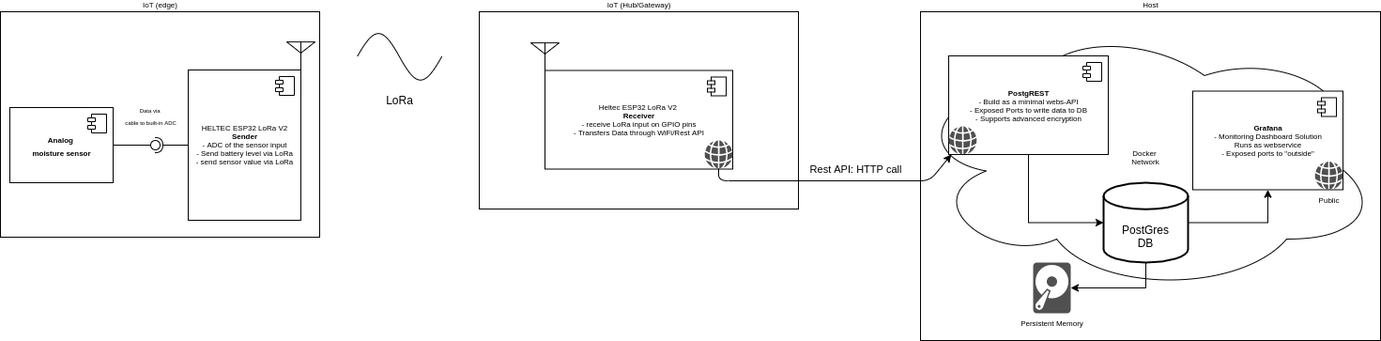
The draw.io diagram doc/ESP32_LoRa.png in psmgeelen/ESP32LoRa, before a commit. Source tidied: cells renumbered, new cells last; positions are measured from the earlier drawing's top-left corner, leaving out a move shared by most shapes.
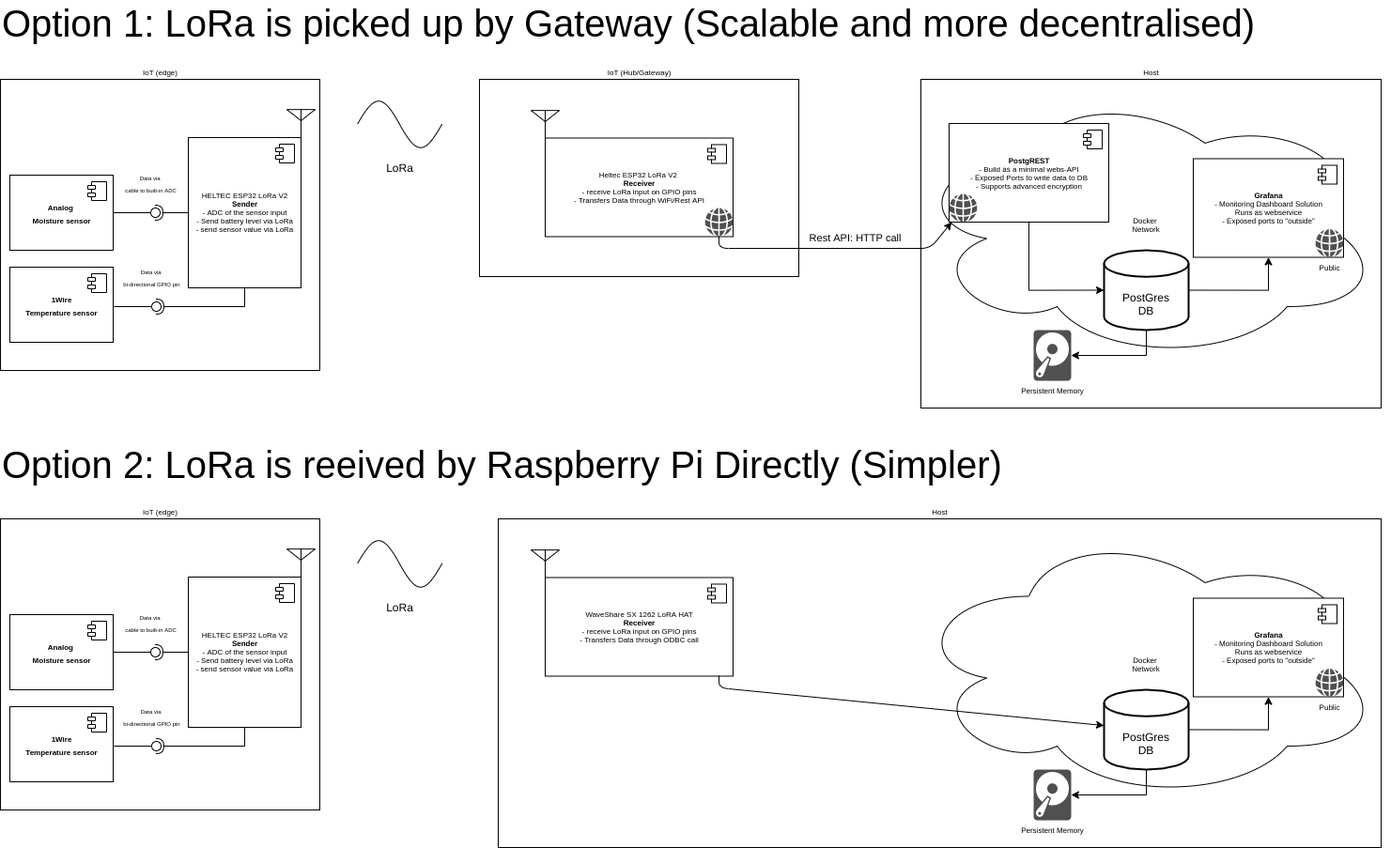
The same diagram one commit later.

The edit, as a diff of the source:
```diff
@@ -12,9 +12,9 @@
       <mxGeometry x="510" width="340" height="210" as="geometry" />
     </mxCell>
     <mxCell id="5" value="&lt;div&gt;IoT (edge)&lt;/div&gt;" style="html=1;fontSize=8;labelPosition=center;verticalLabelPosition=top;align=center;verticalAlign=bottom;" parent="1" vertex="1">
-      <mxGeometry width="340" height="240" as="geometry" />
+      <mxGeometry width="340" height="310" as="geometry" />
     </mxCell>
-    <mxCell id="6" value="&lt;font style=&quot;font-size: 8px&quot;&gt;&lt;b&gt;Analog &lt;br&gt;moisture sensor&lt;br&gt;&lt;/b&gt;&lt;/font&gt;" style="html=1;" parent="1" vertex="1">
+    <mxCell id="6" value="&lt;font style=&quot;font-size: 8px&quot;&gt;&lt;b&gt;Analog &lt;br&gt;Moisture sensor&lt;br&gt;&lt;/b&gt;&lt;/font&gt;" style="html=1;" parent="1" vertex="1">
       <mxGeometry x="10" y="102" width="110" height="80" as="geometry" />
     </mxCell>
     <mxCell id="7" style="shape=module;jettyWidth=8;jettyHeight=4;" parent="6" vertex="1">
@@ -111,5 +111,143 @@
     <mxCell id="31" style="shadow=0;dashed=0;html=1;strokeColor=none;fillColor=#505050;labelPosition=center;verticalLabelPosition=bottom;verticalAlign=top;outlineConnect=0;align=center;shape=mxgraph.office.concepts.globe_internet;fontSize=8;fontColor=#000000;" parent="1" vertex="1">
       <mxGeometry x="1010" y="122" width="30" height="30" as="geometry" />
     </mxCell>
+    <mxCell id="32" value="&lt;div align=&quot;center&quot;&gt;Host&lt;/div&gt;" style="html=1;fontSize=8;labelPosition=center;verticalLabelPosition=top;align=center;verticalAlign=bottom;" parent="1" vertex="1">
+      <mxGeometry x="530" y="468" width="940" height="350" as="geometry" />
+    </mxCell>
+    <mxCell id="33" value="Docker&amp;nbsp;&lt;br&gt;Network" style="ellipse;shape=cloud;whiteSpace=wrap;html=1;fontSize=8;" parent="1" vertex="1">
+      <mxGeometry x="970" y="478" width="500" height="290" as="geometry" />
+    </mxCell>
+    <mxCell id="34" style="edgeStyle=orthogonalEdgeStyle;rounded=0;jettySize=auto;html=1;exitX=0.5;exitY=1;exitDx=0;exitDy=0;exitPerimeter=0;fontSize=8;" parent="1" edge="1" source="36" target="39">
+      <mxGeometry relative="1" as="geometry" />
+    </mxCell>
+    <mxCell id="35" style="edgeStyle=orthogonalEdgeStyle;rounded=0;jettySize=auto;html=1;exitX=1;exitY=0.5;exitDx=0;exitDy=0;exitPerimeter=0;entryX=0.5;entryY=1;entryDx=0;entryDy=0;" parent="1" edge="1" source="36" target="43">
+      <mxGeometry relative="1" as="geometry" />
+    </mxCell>
+    <mxCell id="36" value="&lt;div&gt;&lt;br&gt;&lt;/div&gt;&lt;div&gt;&lt;br&gt;&lt;/div&gt;&lt;div&gt;PostGres&lt;/div&gt;&lt;div&gt;DB&lt;br&gt;&lt;/div&gt;" style="strokeWidth=2;html=1;shape=mxgraph.flowchart.database;whiteSpace=wrap;" parent="1" vertex="1">
+      <mxGeometry x="1175" y="650" width="90" height="85" as="geometry" />
+    </mxCell>
+    <mxCell id="37" value="&lt;div style=&quot;font-size: 8px&quot;&gt;WaveShare SX 1262 LoRA HAT&lt;br style=&quot;font-size: 8px&quot;&gt;&lt;/div&gt;&lt;div style=&quot;font-size: 8px&quot;&gt;&lt;b style=&quot;font-size: 8px&quot;&gt;Receiver&lt;/b&gt;&lt;/div&gt;&lt;div style=&quot;font-size: 8px&quot;&gt;- receive LoRa input on GPIO pins&lt;/div&gt;&lt;div style=&quot;font-size: 8px&quot;&gt;- Transfers Data through ODBC call&lt;br style=&quot;font-size: 8px&quot;&gt;&lt;/div&gt;" style="html=1;fontSize=8;" parent="1" vertex="1">
+      <mxGeometry x="580" y="530.5" width="200" height="105" as="geometry" />
+    </mxCell>
+    <mxCell id="38" style="shape=module;jettyWidth=8;jettyHeight=4;" parent="37" vertex="1">
+      <mxGeometry x="1" width="20" height="20" relative="1" as="geometry">
+        <mxPoint x="-27" y="7" as="offset" />
+      </mxGeometry>
+    </mxCell>
+    <mxCell id="39" value="Persistent Memory&lt;br&gt;" style="shadow=0;dashed=0;html=1;strokeColor=none;fillColor=#505050;labelPosition=center;verticalLabelPosition=bottom;verticalAlign=top;outlineConnect=0;align=center;shape=mxgraph.office.devices.hard_disk;fontSize=8;" parent="1" vertex="1">
+      <mxGeometry x="1100" y="735" width="40" height="54" as="geometry" />
+    </mxCell>
+    <mxCell id="40" style="verticalLabelPosition=bottom;shadow=0;dashed=0;align=center;html=1;verticalAlign=top;shape=mxgraph.electrical.radio.aerial_-_antenna_2;fontSize=8;fontColor=#000000;" parent="1" vertex="1">
+      <mxGeometry x="565" y="501" width="30" height="30" as="geometry" />
+    </mxCell>
+    <mxCell id="41" value="LoRa" style="verticalLabelPosition=bottom;shadow=0;dashed=0;align=center;html=1;verticalAlign=top;shape=mxgraph.electrical.waveforms.sine_wave;" parent="1" vertex="1">
+      <mxGeometry x="380" y="482.9" width="90" height="66.2" as="geometry" />
+    </mxCell>
+    <mxCell id="42" style="endArrow=classic;html=1;" parent="1" edge="1" target="36">
+      <mxGeometry relative="1" as="geometry">
+        <mxPoint x="765" y="635" as="sourcePoint" />
+        <Array as="points">
+          <mxPoint x="765" y="648" />
+        </Array>
+      </mxGeometry>
+    </mxCell>
+    <mxCell id="43" value="&lt;div style=&quot;font-size: 8px&quot;&gt;&lt;b&gt;Grafana&lt;/b&gt;&lt;/div&gt;&lt;div style=&quot;font-size: 8px&quot;&gt;- Monitoring Dashboard Solution&lt;/div&gt;&lt;div style=&quot;font-size: 8px&quot;&gt;Runs as webservice&lt;/div&gt;&lt;div style=&quot;font-size: 8px&quot;&gt;- Exposed ports to &quot;outside&quot;&lt;/div&gt;" style="html=1;fontSize=8;" parent="1" vertex="1">
+      <mxGeometry x="1270" y="552.5" width="160" height="105" as="geometry" />
+    </mxCell>
+    <mxCell id="44" style="shape=module;jettyWidth=8;jettyHeight=4;" parent="43" vertex="1">
+      <mxGeometry x="1" width="20" height="20" relative="1" as="geometry">
+        <mxPoint x="-27" y="7" as="offset" />
+      </mxGeometry>
+    </mxCell>
+    <mxCell id="45" value="Public" style="shadow=0;dashed=0;html=1;strokeColor=none;fillColor=#505050;labelPosition=center;verticalLabelPosition=bottom;verticalAlign=top;align=center;shape=mxgraph.office.concepts.globe_internet;fontSize=8;fontColor=#000000;" parent="1" vertex="1">
+      <mxGeometry x="1400" y="627.5" width="30" height="30" as="geometry" />
+    </mxCell>
+    <mxCell id="46" value="&lt;font style=&quot;font-size: 40px&quot;&gt;Option 2: LoRa is reeived by Raspberry Pi Directly (Simpler)&lt;/font&gt;" style="text;html=1;strokeColor=none;fillColor=none;align=left;verticalAlign=middle;whiteSpace=wrap;rounded=0;" parent="1" vertex="1">
+      <mxGeometry y="400" width="1240" height="20" as="geometry" />
+    </mxCell>
+    <mxCell id="47" value="&lt;font style=&quot;font-size: 40px&quot;&gt;Option 1: LoRa is picked up by Gateway (Scalable and more decentralised)&lt;/font&gt;" style="text;html=1;strokeColor=none;fillColor=none;align=left;verticalAlign=middle;whiteSpace=wrap;rounded=0;" parent="1" vertex="1">
+      <mxGeometry y="-70" width="1480" height="20" as="geometry" />
+    </mxCell>
+    <mxCell id="48" value="&lt;font style=&quot;font-size: 8px&quot;&gt;&lt;b&gt;1Wire&lt;br&gt;Temperature sensor&lt;br&gt;&lt;/b&gt;&lt;/font&gt;" style="html=1;" parent="1" vertex="1">
+      <mxGeometry x="10" y="200" width="110" height="80" as="geometry" />
+    </mxCell>
+    <mxCell id="49" style="shape=module;jettyWidth=8;jettyHeight=4;" parent="48" vertex="1">
+      <mxGeometry x="1" width="20" height="20" relative="1" as="geometry">
+        <mxPoint x="-27" y="7" as="offset" />
+      </mxGeometry>
+    </mxCell>
+    <mxCell id="50" value="&lt;span style=&quot;background-color: transparent&quot;&gt;&lt;font style=&quot;font-size: 6px&quot;&gt;Data via &lt;br&gt;bi-directional GPIO pin&lt;br&gt;&lt;/font&gt;&lt;/span&gt;" style="rounded=0;orthogonalLoop=1;jettySize=auto;html=1;endArrow=none;endFill=0;exitX=1;exitY=0.5;exitDx=0;exitDy=0;" parent="1" edge="1">
+      <mxGeometry x="1" y="32" relative="1" as="geometry">
+        <mxPoint x="121" y="242" as="sourcePoint" />
+        <mxPoint x="161" y="242" as="targetPoint" />
+      </mxGeometry>
+    </mxCell>
+    <mxCell id="51" style="rounded=0;jettySize=auto;html=1;endArrow=halfCircle;endFill=0;entryX=0.5;entryY=0.5;entryDx=0;entryDy=0;endSize=6;strokeWidth=1;exitX=0.5;exitY=1;exitDx=0;exitDy=0;" parent="1" edge="1" source="8" target="52">
+      <mxGeometry relative="1" as="geometry">
+        <Array as="points">
+          <mxPoint x="260" y="242" />
+        </Array>
+      </mxGeometry>
+    </mxCell>
+    <mxCell id="52" style="ellipse;whiteSpace=wrap;html=1;fontFamily=Helvetica;fontSize=12;fontColor=#000000;align=center;strokeColor=#000000;fillColor=#ffffff;points=[];" parent="1" vertex="1">
+      <mxGeometry x="161" y="237" width="10" height="10" as="geometry" />
+    </mxCell>
+    <mxCell id="53" value="&lt;div&gt;IoT (edge)&lt;/div&gt;" style="html=1;fontSize=8;labelPosition=center;verticalLabelPosition=top;align=center;verticalAlign=bottom;" parent="1" vertex="1">
+      <mxGeometry y="468" width="340" height="310" as="geometry" />
+    </mxCell>
+    <mxCell id="54" value="&lt;font style=&quot;font-size: 8px&quot;&gt;&lt;b&gt;Analog &lt;br&gt;Moisture sensor&lt;br&gt;&lt;/b&gt;&lt;/font&gt;" style="html=1;" parent="1" vertex="1">
+      <mxGeometry x="10" y="570" width="110" height="80" as="geometry" />
+    </mxCell>
+    <mxCell id="55" style="shape=module;jettyWidth=8;jettyHeight=4;" parent="54" vertex="1">
+      <mxGeometry x="1" width="20" height="20" relative="1" as="geometry">
+        <mxPoint x="-27" y="7" as="offset" />
+      </mxGeometry>
+    </mxCell>
+    <mxCell id="56" value="&lt;div style=&quot;font-size: 8px&quot;&gt;&lt;font style=&quot;font-size: 8px&quot;&gt;HELTEC ESP32 LoRa V2&lt;/font&gt;&lt;/div&gt;&lt;div style=&quot;font-size: 8px&quot;&gt;&lt;font style=&quot;font-size: 8px&quot;&gt;&lt;b&gt;Sender&lt;/b&gt;&lt;/font&gt;&lt;/div&gt;&lt;div style=&quot;font-size: 8px&quot;&gt;&lt;font style=&quot;font-size: 8px&quot;&gt;- ADC of the sensor input&lt;/font&gt;&lt;/div&gt;&lt;div style=&quot;font-size: 8px&quot;&gt;&lt;font style=&quot;font-size: 8px&quot;&gt;- Send battery level via LoRa&lt;/font&gt;&lt;/div&gt;&lt;div style=&quot;font-size: 8px&quot;&gt;&lt;font style=&quot;font-size: 8px&quot;&gt;- send sensor value via LoRa&lt;br&gt;&lt;/font&gt;&lt;/div&gt;" style="html=1;" parent="1" vertex="1">
+      <mxGeometry x="200" y="530" width="120" height="160" as="geometry" />
+    </mxCell>
+    <mxCell id="57" style="shape=module;jettyWidth=8;jettyHeight=4;" parent="56" vertex="1">
+      <mxGeometry x="1" width="20" height="20" relative="1" as="geometry">
+        <mxPoint x="-27" y="7" as="offset" />
+      </mxGeometry>
+    </mxCell>
+    <mxCell id="58" value="&lt;span style=&quot;background-color: transparent&quot;&gt;&lt;font style=&quot;font-size: 6px&quot;&gt;Data via &lt;br&gt;cable to built-in ADC&lt;br&gt;&lt;/font&gt;&lt;/span&gt;" style="rounded=0;jettySize=auto;html=1;endArrow=none;endFill=0;exitX=1;exitY=0.5;exitDx=0;exitDy=0;" parent="1" edge="1" source="54">
+      <mxGeometry x="1" y="32" relative="1" as="geometry">
+        <mxPoint x="160" y="610" as="targetPoint" />
+      </mxGeometry>
+    </mxCell>
+    <mxCell id="59" style="rounded=0;jettySize=auto;html=1;endArrow=halfCircle;endFill=0;entryX=0.5;entryY=0.5;entryDx=0;entryDy=0;endSize=6;strokeWidth=1;exitX=0;exitY=0.5;exitDx=0;exitDy=0;" parent="1" edge="1" source="56" target="60">
+      <mxGeometry relative="1" as="geometry" />
+    </mxCell>
+    <mxCell id="60" style="ellipse;whiteSpace=wrap;html=1;fontFamily=Helvetica;fontSize=12;fontColor=#000000;align=center;strokeColor=#000000;fillColor=#ffffff;points=[];" parent="1" vertex="1">
+      <mxGeometry x="160" y="605" width="10" height="10" as="geometry" />
+    </mxCell>
+    <mxCell id="61" style="verticalLabelPosition=bottom;shadow=0;dashed=0;align=center;html=1;verticalAlign=top;shape=mxgraph.electrical.radio.aerial_-_antenna_2;fontSize=8;fontColor=#000000;" parent="1" vertex="1">
+      <mxGeometry x="305" y="500" width="30" height="30" as="geometry" />
+    </mxCell>
+    <mxCell id="62" value="&lt;font style=&quot;font-size: 8px&quot;&gt;&lt;b&gt;1Wire&lt;br&gt;Temperature sensor&lt;br&gt;&lt;/b&gt;&lt;/font&gt;" style="html=1;" parent="1" vertex="1">
+      <mxGeometry x="10" y="668" width="110" height="80" as="geometry" />
+    </mxCell>
+    <mxCell id="63" style="shape=module;jettyWidth=8;jettyHeight=4;" parent="62" vertex="1">
+      <mxGeometry x="1" width="20" height="20" relative="1" as="geometry">
+        <mxPoint x="-27" y="7" as="offset" />
+      </mxGeometry>
+    </mxCell>
+    <mxCell id="64" value="&lt;span style=&quot;background-color: transparent&quot;&gt;&lt;font style=&quot;font-size: 6px&quot;&gt;Data via &lt;br&gt;bi-directional GPIO pin&lt;br&gt;&lt;/font&gt;&lt;/span&gt;" style="rounded=0;orthogonalLoop=1;jettySize=auto;html=1;endArrow=none;endFill=0;exitX=1;exitY=0.5;exitDx=0;exitDy=0;" parent="1" edge="1">
+      <mxGeometry x="1" y="32" relative="1" as="geometry">
+        <mxPoint x="121" y="710" as="sourcePoint" />
+        <mxPoint x="161" y="710" as="targetPoint" />
+      </mxGeometry>
+    </mxCell>
+    <mxCell id="65" style="rounded=0;jettySize=auto;html=1;endArrow=halfCircle;endFill=0;entryX=0.5;entryY=0.5;entryDx=0;entryDy=0;endSize=6;strokeWidth=1;exitX=0.5;exitY=1;exitDx=0;exitDy=0;" parent="1" edge="1" source="56" target="66">
+      <mxGeometry relative="1" as="geometry">
+        <Array as="points">
+          <mxPoint x="260" y="710" />
+        </Array>
+      </mxGeometry>
+    </mxCell>
+    <mxCell id="66" style="ellipse;whiteSpace=wrap;html=1;fontFamily=Helvetica;fontSize=12;fontColor=#000000;align=center;strokeColor=#000000;fillColor=#ffffff;points=[];" parent="1" vertex="1">
+      <mxGeometry x="161" y="705" width="10" height="10" as="geometry" />
+    </mxCell>
   </root>
 </mxGraphModel>
```
